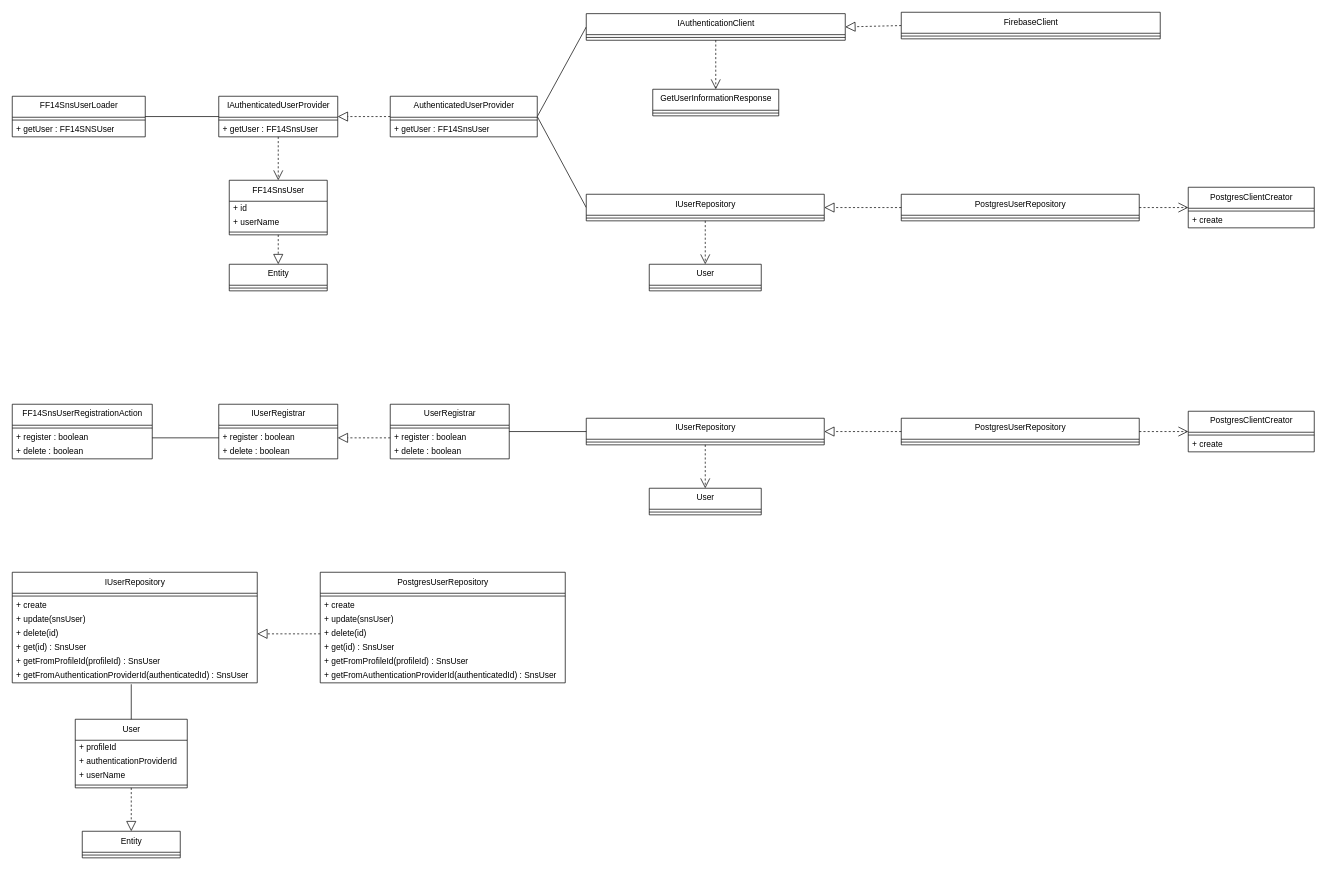
This is page "UserModule" (4 of 7) of project-designs/class-diagrams/ff14-sns.drawio from Mouwf/FF14SNS, a draw.io file, before an edit. Source tidied: cells renumbered, new cells numbered last; positions are measured from the earlier drawing's top-left corner, leaving out a move shared by most shapes. Both pictures are drawn from the tidied source at 70%, with x=0, y=0 at pixel (12, 12).
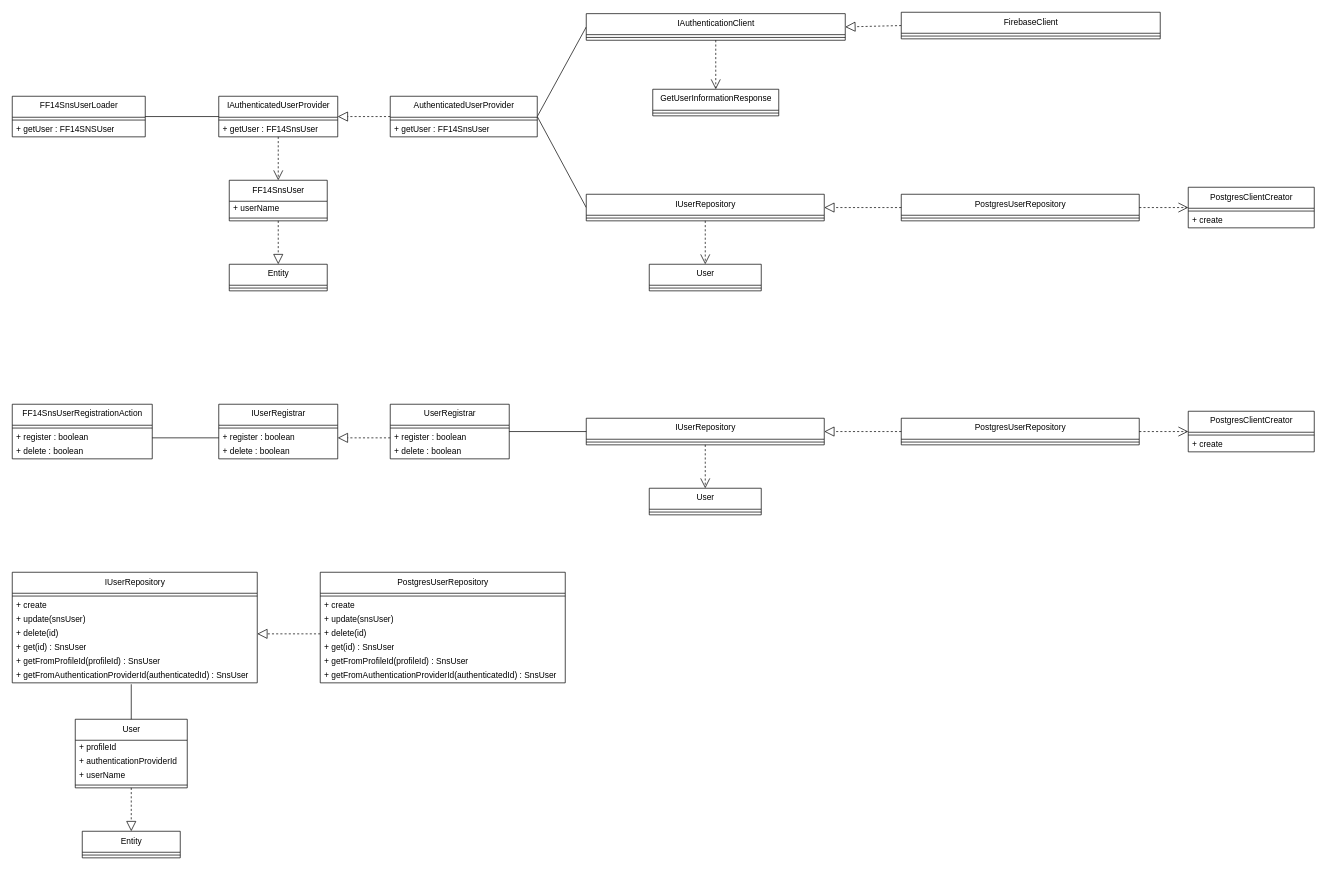
The same diagram, later.

Diff of the diagram source:
```diff
@@
     <mxCell id="2" value="FF14SnsUser" style="swimlane;fontStyle=0;align=center;verticalAlign=top;horizontal=1;startSize=30;html=1;" parent="1" vertex="1">
-      <mxGeometry x="310" y="240" width="140" height="78" as="geometry" />
+      <mxGeometry x="310" y="240" width="140" height="58" as="geometry" />
     </mxCell>
-    <mxCell id="3" value="+ id" style="text;html=1;strokeColor=none;fillColor=none;align=left;verticalAlign=middle;spacingLeft=4;spacingRight=4;overflow=hidden;" parent="2" vertex="1">
-      <mxGeometry y="30" width="140" height="20" as="geometry" />
-    </mxCell>
     <mxCell id="4" value="+ userName" style="text;html=1;strokeColor=none;fillColor=none;align=left;verticalAlign=middle;spacingLeft=4;spacingRight=4;overflow=hidden;" parent="2" vertex="1">
-      <mxGeometry y="50" width="140" height="20" as="geometry" />
+      <mxGeometry y="30" width="140" height="20" as="geometry" />
     </mxCell>
     <mxCell id="5" style="line;strokeWidth=1;fillColor=none;align=left;verticalAlign=middle;spacingTop=-1;spacingLeft=3;spacingRight=3;labelPosition=right;" parent="2" vertex="1">
-      <mxGeometry y="70" width="140" height="8" as="geometry" />
+      <mxGeometry y="50" width="140" height="8" as="geometry" />
     </mxCell>
```
